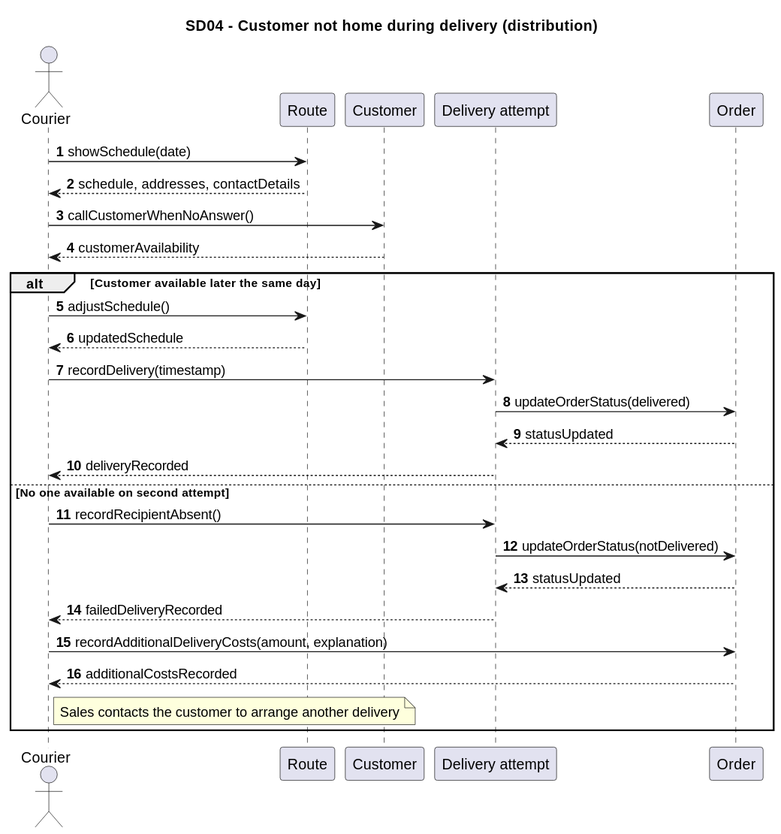
The PlantUML diagram Documentation/Architecture/uml/export/sequence_diagrams/SD04_KlantNietThuis.svg in ViktorQorri/Project-Timaflu, before a commit.
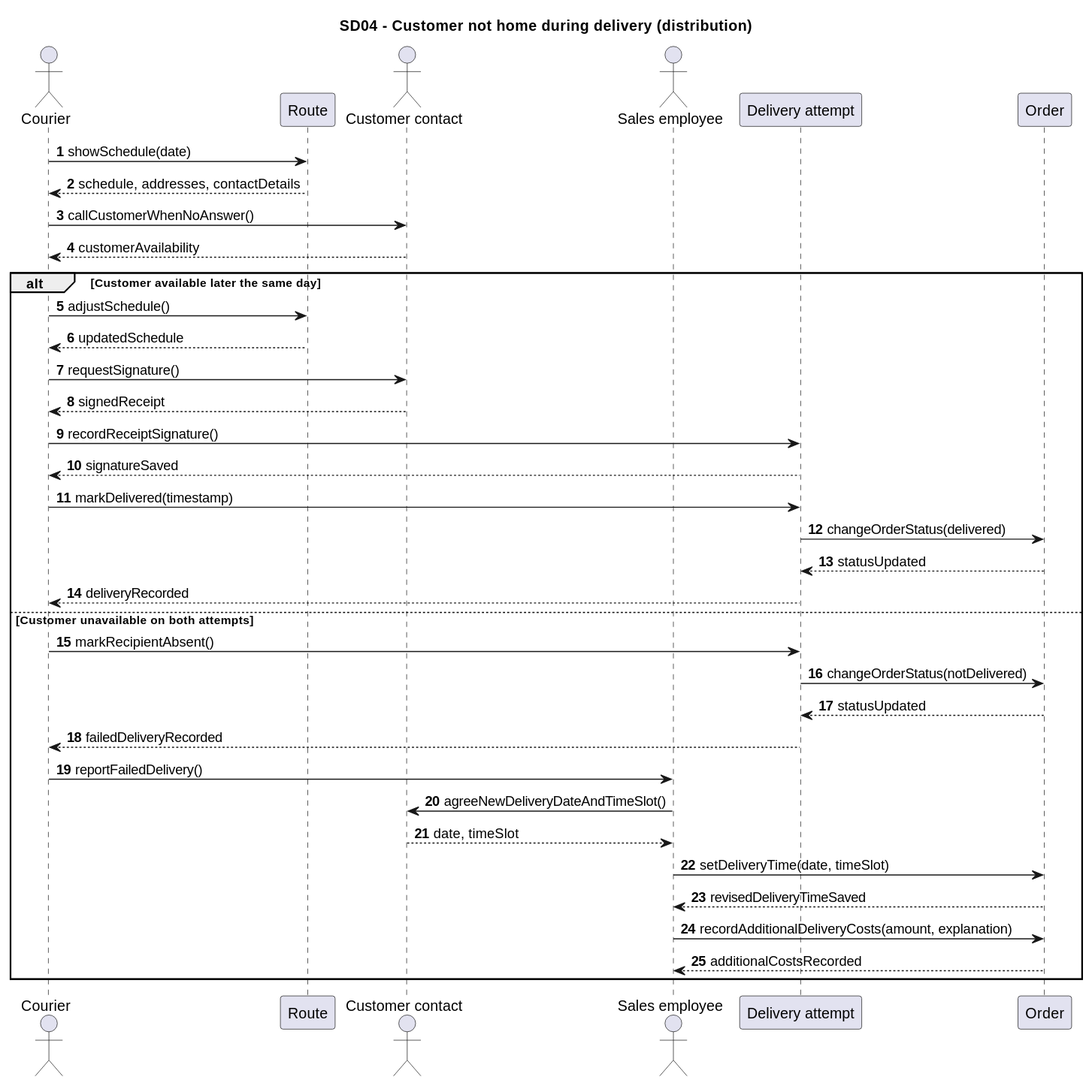
The same diagram one commit later.

Change to the diagram source:
```diff
@@ -4,7 +4,8 @@
 
 actor "Courier" as K
 participant "Route" as R
-participant "Customer" as C
+actor "Customer contact" as C
+actor "Sales employee" as S
 participant "Delivery attempt" as D
 participant "Order" as O
 
@@ -15,17 +16,25 @@
 alt Customer available later the same day
   K -> R: adjustSchedule()
   R --> K: updatedSchedule
-  K -> D: recordDelivery(timestamp)
-  D -> O: updateOrderStatus(delivered)
+  K -> C: requestSignature()
+  C --> K: signedReceipt
+  K -> D: recordReceiptSignature()
+  D --> K: signatureSaved
+  K -> D: markDelivered(timestamp)
+  D -> O: changeOrderStatus(delivered)
   O --> D: statusUpdated
   D --> K: deliveryRecorded
-else No one available on second attempt
-  K -> D: recordRecipientAbsent()
-  D -> O: updateOrderStatus(notDelivered)
+else Customer unavailable on both attempts
+  K -> D: markRecipientAbsent()
+  D -> O: changeOrderStatus(notDelivered)
   O --> D: statusUpdated
   D --> K: failedDeliveryRecorded
-  K -> O: recordAdditionalDeliveryCosts(amount, explanation)
-  O --> K: additionalCostsRecorded
-  note right of K: Sales contacts the customer to arrange another delivery
+  K -> S: reportFailedDelivery()
+  S -> C: agreeNewDeliveryDateAndTimeSlot()
+  C --> S: date, timeSlot
+  S -> O: setDeliveryTime(date, timeSlot)
+  O --> S: revisedDeliveryTimeSaved
+  S -> O: recordAdditionalDeliveryCosts(amount, explanation)
+  O --> S: additionalCostsRecorded
 end
 @enduml
```
